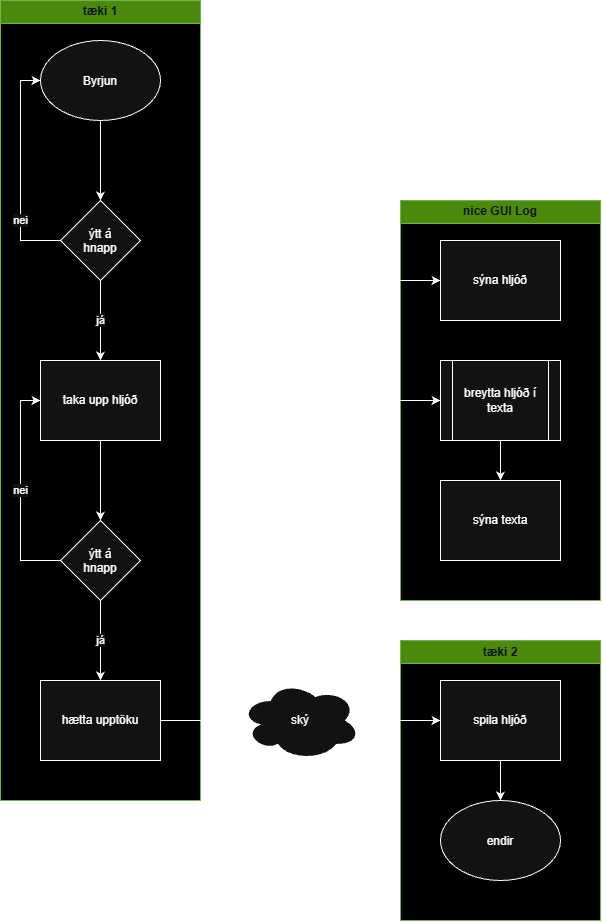
Earlier version of the draw.io export flowchart.drawio.png (juliusgu25/Verksmidja3-lokaverkefni). Source tidied: cells renumbered, new cells last; positions are measured from the earlier drawing's top-left corner, leaving out a move shared by most shapes.
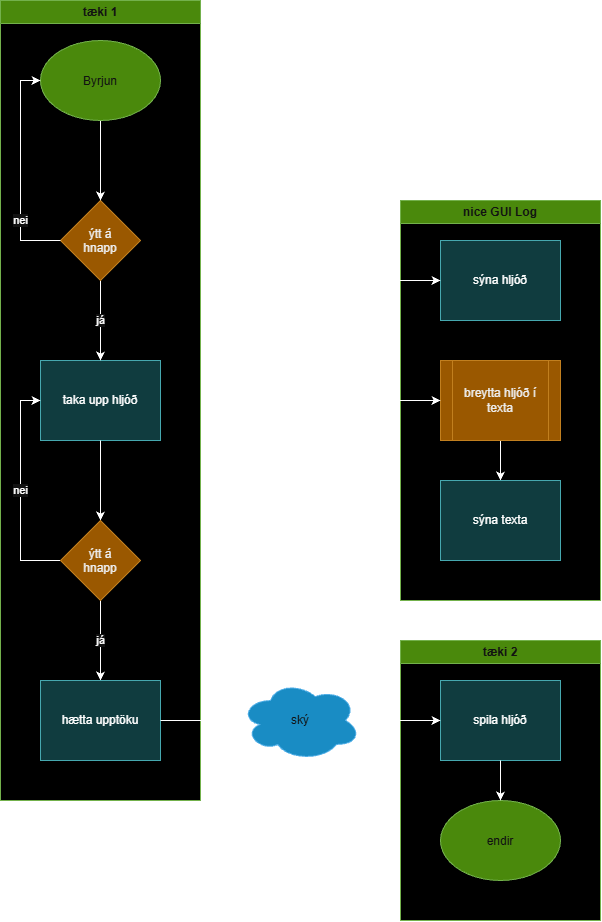
After the commit.

What changed in the source:
```diff
@@ -5,10 +5,10 @@
     <mxCell id="2" value="tæki 2" style="swimlane;whiteSpace=wrap;html=1;fillColor=#60a917;fontColor=#ffffff;strokeColor=#2D7600;swimlaneFillColor=light-dark(#FFFFFF,#000000);" parent="1" vertex="1">
       <mxGeometry x="400" y="640" width="200" height="280" as="geometry" />
     </mxCell>
-    <mxCell id="3" value="endir" style="ellipse;whiteSpace=wrap;html=1;shapeInside=1;" parent="2" vertex="1">
+    <mxCell id="3" value="endir" style="ellipse;whiteSpace=wrap;html=1;shapeInside=1;fillColor=#60a917;fontColor=#ffffff;strokeColor=#2D7600;" parent="2" vertex="1">
       <mxGeometry x="40" y="160" width="120" height="80" as="geometry" />
     </mxCell>
-    <mxCell id="4" value="spila hljóð" style="whiteSpace=wrap;html=1;" parent="2" vertex="1">
+    <mxCell id="4" value="spila hljóð" style="whiteSpace=wrap;html=1;fillColor=#b0e3e6;strokeColor=#0e8088;" parent="2" vertex="1">
       <mxGeometry x="40" y="40" width="120" height="80" as="geometry" />
     </mxCell>
     <mxCell id="5" style="edgeStyle=orthogonalEdgeStyle;rounded=0;jettySize=auto;html=1;entryX=0.5;entryY=0;entryDx=0;entryDy=0;" parent="2" edge="1" source="4" target="3">
@@ -17,7 +17,7 @@
     <mxCell id="6" value="tæki 1" style="swimlane;whiteSpace=wrap;html=1;swimlaneFillColor=light-dark(#FFFFFF,#000000);fillColor=#60a917;fontColor=#ffffff;strokeColor=#2D7600;" parent="1" vertex="1">
       <mxGeometry width="200" height="800" as="geometry" />
     </mxCell>
-    <mxCell id="7" value="taka upp hljóð" style="whiteSpace=wrap;html=1;" parent="6" vertex="1">
+    <mxCell id="7" value="taka upp hljóð" style="whiteSpace=wrap;html=1;fillColor=#b0e3e6;strokeColor=#0e8088;" parent="6" vertex="1">
       <mxGeometry x="40" y="360" width="120" height="80" as="geometry" />
     </mxCell>
     <mxCell id="8" value="já" style="edgeStyle=orthogonalEdgeStyle;rounded=0;jettySize=auto;html=1;exitX=0.5;exitY=1;exitDx=0;exitDy=0;" parent="6" edge="1" source="10" target="7">
@@ -26,7 +26,7 @@
     <mxCell id="9" style="edgeStyle=orthogonalEdgeStyle;rounded=0;jettySize=auto;html=1;entryX=0.5;entryY=0;entryDx=0;entryDy=0;" parent="6" edge="1" source="7" target="13">
       <mxGeometry relative="1" as="geometry" />
     </mxCell>
-    <mxCell id="10" value="ýtt á hnapp" style="rhombus;whiteSpace=wrap;html=1;shapeInside=1;" parent="6" vertex="1">
+    <mxCell id="10" value="ýtt á hnapp" style="rhombus;whiteSpace=wrap;html=1;shapeInside=1;fillColor=#f0a30a;fontColor=#000000;strokeColor=#BD7000;" parent="6" vertex="1">
       <mxGeometry x="60" y="200" width="80" height="80" as="geometry" />
     </mxCell>
     <mxCell id="11" value="nei" style="edgeStyle=orthogonalEdgeStyle;rounded=0;jettySize=auto;html=1;exitX=0;exitY=0.5;exitDx=0;exitDy=0;entryX=0;entryY=0.5;entryDx=0;entryDy=0;" parent="6" edge="1" source="13" target="7">
@@ -35,31 +35,31 @@
     <mxCell id="12" value="já" style="edgeStyle=orthogonalEdgeStyle;rounded=0;jettySize=auto;html=1;" parent="6" edge="1" source="13" target="14">
       <mxGeometry relative="1" as="geometry" />
     </mxCell>
-    <mxCell id="13" value="ýtt á hnapp" style="rhombus;whiteSpace=wrap;html=1;shapeInside=1;" parent="6" vertex="1">
+    <mxCell id="13" value="ýtt á hnapp" style="rhombus;whiteSpace=wrap;html=1;shapeInside=1;fillColor=#f0a30a;fontColor=#000000;strokeColor=#BD7000;" parent="6" vertex="1">
       <mxGeometry x="60" y="520" width="80" height="80" as="geometry" />
     </mxCell>
-    <mxCell id="14" value="hætta upptöku" style="whiteSpace=wrap;html=1;" parent="6" vertex="1">
+    <mxCell id="14" value="hætta upptöku" style="whiteSpace=wrap;html=1;fillColor=#b0e3e6;strokeColor=#0e8088;" parent="6" vertex="1">
       <mxGeometry x="40" y="680" width="120" height="80" as="geometry" />
     </mxCell>
     <mxCell id="15" value="nice GUI Log" style="swimlane;whiteSpace=wrap;html=1;fillColor=#60a917;fontColor=#ffffff;strokeColor=#2D7600;gradientColor=none;swimlaneFillColor=light-dark(#FFFFFF,#000000);" parent="1" vertex="1">
       <mxGeometry x="400" y="200" width="200" height="400" as="geometry" />
     </mxCell>
-    <mxCell id="16" value="sýna hljóð" style="rounded=0;whiteSpace=wrap;html=1;" parent="15" vertex="1">
+    <mxCell id="16" value="sýna hljóð" style="rounded=0;whiteSpace=wrap;html=1;fillColor=#b0e3e6;strokeColor=#0e8088;" parent="15" vertex="1">
       <mxGeometry x="40" y="40" width="120" height="80" as="geometry" />
     </mxCell>
     <mxCell id="17" style="edgeStyle=orthogonalEdgeStyle;rounded=0;jettySize=auto;html=1;" parent="15" edge="1" source="18" target="19">
       <mxGeometry relative="1" as="geometry" />
     </mxCell>
-    <mxCell id="18" value="breytta hljóð í texta" style="shape=process;whiteSpace=wrap;html=1;backgroundOutline=1;" parent="15" vertex="1">
+    <mxCell id="18" value="breytta hljóð í texta" style="shape=process;whiteSpace=wrap;html=1;backgroundOutline=1;fillColor=#f0a30a;fontColor=#000000;strokeColor=#BD7000;" parent="15" vertex="1">
       <mxGeometry x="40" y="160" width="120" height="80" as="geometry" />
     </mxCell>
-    <mxCell id="19" value="sýna texta" style="whiteSpace=wrap;html=1;" parent="15" vertex="1">
+    <mxCell id="19" value="sýna texta" style="whiteSpace=wrap;html=1;fillColor=#b0e3e6;strokeColor=#0e8088;" parent="15" vertex="1">
       <mxGeometry x="40" y="280" width="120" height="80" as="geometry" />
     </mxCell>
     <mxCell id="20" style="edgeStyle=orthogonalEdgeStyle;rounded=0;jettySize=auto;html=1;entryX=0.5;entryY=0;entryDx=0;entryDy=0;" parent="1" edge="1" source="21" target="10">
       <mxGeometry relative="1" as="geometry" />
     </mxCell>
-    <mxCell id="21" value="Byrjun" style="ellipse;whiteSpace=wrap;html=1;shapeInside=1;" parent="1" vertex="1">
+    <mxCell id="21" value="Byrjun" style="ellipse;whiteSpace=wrap;html=1;shapeInside=1;fillColor=#60a917;fontColor=#ffffff;strokeColor=#2D7600;" parent="1" vertex="1">
       <mxGeometry x="40" y="40" width="120" height="80" as="geometry" />
     </mxCell>
     <mxCell id="22" style="edgeStyle=orthogonalEdgeStyle;rounded=0;jettySize=auto;html=1;entryX=0;entryY=0.5;entryDx=0;entryDy=0;" parent="1" edge="1" source="25" target="16">
@@ -79,7 +79,7 @@
     <mxCell id="24" style="edgeStyle=orthogonalEdgeStyle;rounded=0;jettySize=auto;html=1;" parent="1" edge="1" source="25" target="4">
       <mxGeometry relative="1" as="geometry" />
     </mxCell>
-    <mxCell id="25" value="ský" style="ellipse;shape=cloud;whiteSpace=wrap;html=1;" parent="1" vertex="1">
+    <mxCell id="25" value="ský" style="ellipse;shape=cloud;whiteSpace=wrap;html=1;fillColor=#1ba1e2;fontColor=#ffffff;strokeColor=#006EAF;" parent="1" vertex="1">
       <mxGeometry x="240" y="680" width="120" height="80" as="geometry" />
     </mxCell>
     <mxCell id="26" value="nei" style="edgeStyle=orthogonalEdgeStyle;rounded=0;jettySize=auto;html=1;exitX=0;exitY=0.5;exitDx=0;exitDy=0;entryX=0;entryY=0.5;entryDx=0;entryDy=0;" parent="1" edge="1" source="10" target="21">
```
